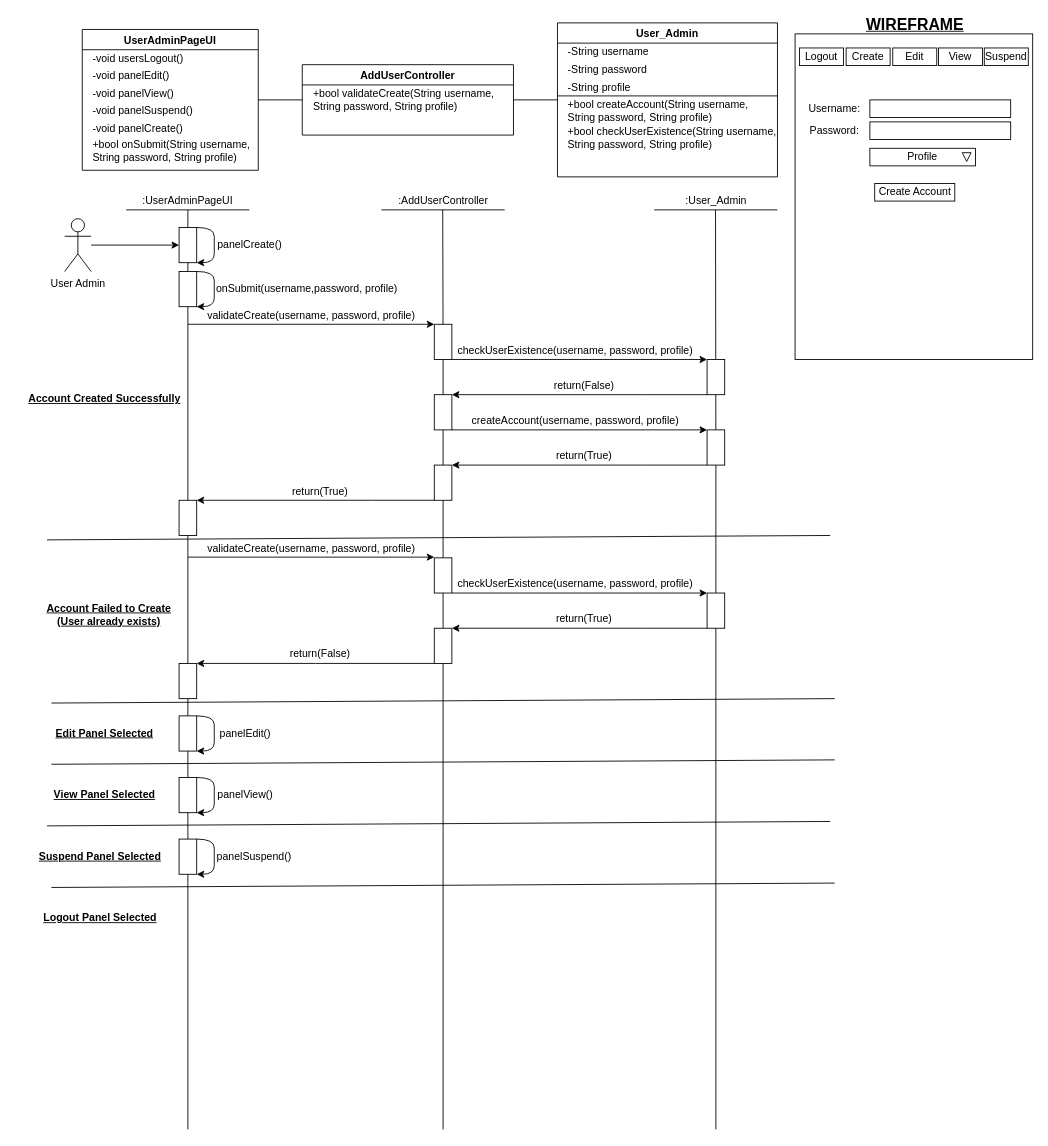
This is BCE_UML_and_Diagrams/UserAdmin_Create/BCE_UML_Wireframe(WIP).drawio from extred5700/JAVAGUI-Restaurant-Table-Order-System, a draw.io file, before an edit. Source tidied: cells renumbered, new cells numbered last; positions are measured from the earlier drawing's top-left corner, leaving out a move shared by most shapes. Both pictures are drawn from the tidied source at 88%, with x=0, y=0 at pixel (20, 16).
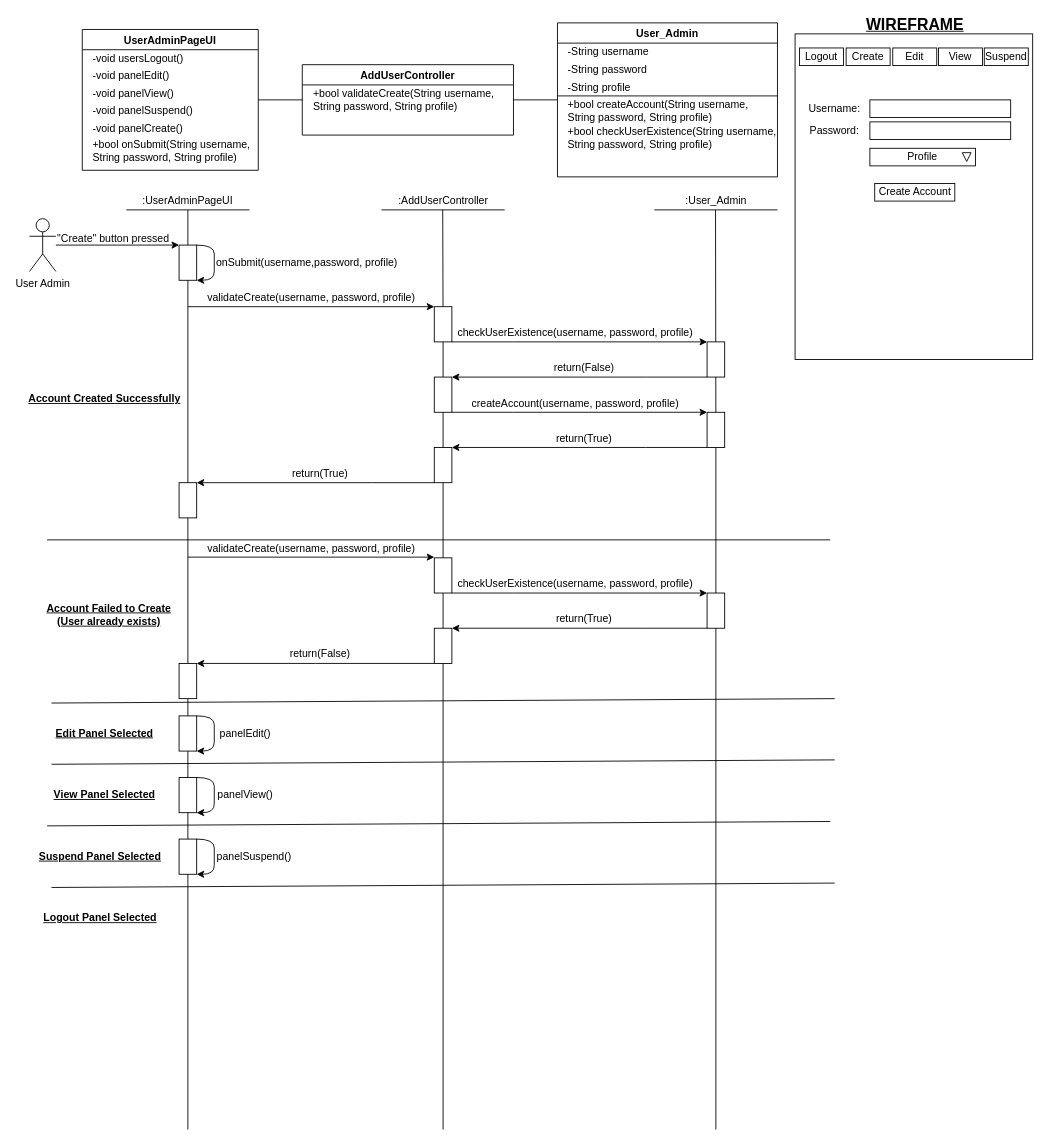
The same diagram, later.

Commit message (it also covers changes not shown here):
Updates to BCE Sequence Diagram

What changed in the source:
```diff
@@
-    <mxCell id="20" style="edgeStyle=orthogonalEdgeStyle;rounded=0;jettySize=auto;html=1;entryX=0;entryY=0.5;entryDx=0;entryDy=0;" parent="1" edge="1" source="21" target="31">
-      <mxGeometry relative="1" as="geometry" />
+    <mxCell id="20" style="edgeStyle=orthogonalEdgeStyle;rounded=0;jettySize=auto;html=1;" parent="1" edge="1" source="21">
+      <mxGeometry relative="1" as="geometry">
+        <mxPoint x="180" y="260" as="targetPoint" />
+      </mxGeometry>
     </mxCell>
     <mxCell id="21" value="User Admin" style="shape=umlActor;verticalLabelPosition=bottom;verticalAlign=top;html=1;outlineConnect=0;" parent="1" vertex="1">
-      <mxGeometry x="50" y="230" width="30" height="60" as="geometry" />
+      <mxGeometry x="10" y="230" width="30" height="60" as="geometry" />
     </mxCell>
@@
-    <mxCell id="28" style="endArrow=none;html=1;rounded=0;startArrow=none;" parent="1" edge="1" source="31">
-      <mxGeometry relative="1" as="geometry">
-        <mxPoint x="190" y="220" as="targetPoint" />
-      </mxGeometry>
-    </mxCell>
@@
-    <mxCell id="31" style="rounded=0;whiteSpace=wrap;html=1;" parent="1" vertex="1">
-      <mxGeometry x="180" y="240" width="20" height="40" as="geometry" />
-    </mxCell>
-    <mxCell id="32" style="endArrow=none;html=1;rounded=0;startArrow=none;" parent="1" edge="1" source="57" target="31">
-      <mxGeometry relative="1" as="geometry" />
+    <mxCell id="32" style="endArrow=none;html=1;rounded=0;startArrow=none;" parent="1" edge="1">
+      <mxGeometry relative="1" as="geometry">
+        <mxPoint x="190" y="555" as="sourcePoint" />
+        <mxPoint x="190" y="220" as="targetPoint" />
+      </mxGeometry>
     </mxCell>
-    <mxCell id="33" style="curved=1;endArrow=classic;html=1;rounded=0;entryX=1;entryY=1;entryDx=0;entryDy=0;exitX=1;exitY=0;exitDx=0;exitDy=0;" parent="1" edge="1" source="31" target="31">
-      <mxGeometry relative="1" as="geometry">
-        <Array as="points">
-          <mxPoint x="220" y="240" />
-          <mxPoint x="220" y="260" />
-          <mxPoint x="220" y="280" />
-        </Array>
-      </mxGeometry>
-    </mxCell>
-    <mxCell id="34" value="panelCreate()" style="text;html=1;align=center;verticalAlign=middle;strokeColor=none;fillColor=none;" parent="1" vertex="1">
-      <mxGeometry x="215" y="250" width="90" height="20" as="geometry" />
+    <mxCell id="34" value="&quot;Create&quot; button pressed" style="text;html=1;align=center;verticalAlign=middle;strokeColor=none;fillColor=none;" parent="1" vertex="1">
+      <mxGeometry x="35" y="243" width="140" height="20" as="geometry" />
     </mxCell>
     <mxCell id="35" style="rounded=0;whiteSpace=wrap;html=1;" parent="1" vertex="1">
-      <mxGeometry x="180" y="290" width="20" height="40" as="geometry" />
+      <mxGeometry x="180" y="260" width="20" height="40" as="geometry" />
     </mxCell>
     <mxCell id="36" style="curved=1;endArrow=classic;html=1;rounded=0;entryX=1;entryY=1;entryDx=0;entryDy=0;exitX=1;exitY=0;exitDx=0;exitDy=0;" parent="1" edge="1" source="35" target="35">
       <mxGeometry relative="1" as="geometry">
         <Array as="points">
-          <mxPoint x="220" y="290" />
-          <mxPoint x="220" y="310" />
-          <mxPoint x="220" y="330" />
+          <mxPoint x="220" y="260" />
+          <mxPoint x="220" y="280" />
+          <mxPoint x="220" y="300" />
         </Array>
       </mxGeometry>
     </mxCell>
     <mxCell id="37" value="&lt;span style=&quot;text-align: left&quot;&gt;onSubmit(username,&lt;/span&gt;&lt;span style=&quot;text-align: left&quot;&gt;password, profile)&lt;/span&gt;" style="text;html=1;align=center;verticalAlign=middle;strokeColor=none;fillColor=none;" parent="1" vertex="1">
-      <mxGeometry x="215" y="300" width="220" height="20" as="geometry" />
+      <mxGeometry x="215" y="270" width="220" height="20" as="geometry" />
     </mxCell>
     <mxCell id="38" style="endArrow=classic;html=1;rounded=0;entryX=0;entryY=0;entryDx=0;entryDy=0;" parent="1" edge="1" target="41">
       <mxGeometry relative="1" as="geometry">
-        <mxPoint x="190" y="350" as="sourcePoint" />
+        <mxPoint x="190" y="330" as="sourcePoint" />
       </mxGeometry>
     </mxCell>
     <mxCell id="39" value="validateCreate(username, password, profile)" style="text;html=1;align=center;verticalAlign=middle;strokeColor=none;fillColor=none;" parent="1" vertex="1">
-      <mxGeometry x="205" y="330" width="250" height="20" as="geometry" />
+      <mxGeometry x="205" y="310" width="250" height="20" as="geometry" />
     </mxCell>
     <mxCell id="40" style="edgeStyle=orthogonalEdgeStyle;rounded=0;jettySize=auto;html=1;exitX=1;exitY=1;exitDx=0;exitDy=0;entryX=0;entryY=0;entryDx=0;entryDy=0;" parent="1" edge="1" source="41" target="44">
       <mxGeometry relative="1" as="geometry">
         <Array as="points">
-          <mxPoint x="560" y="390" />
-          <mxPoint x="560" y="390" />
+          <mxPoint x="560" y="370" />
+          <mxPoint x="560" y="370" />
         </Array>
       </mxGeometry>
     </mxCell>
     <mxCell id="41" style="rounded=0;whiteSpace=wrap;html=1;" parent="1" vertex="1">
-      <mxGeometry x="470" y="350" width="20" height="40" as="geometry" />
+      <mxGeometry x="470" y="330" width="20" height="40" as="geometry" />
     </mxCell>
@@
     <mxCell id="43" style="edgeStyle=orthogonalEdgeStyle;rounded=0;jettySize=auto;html=1;exitX=0;exitY=1;exitDx=0;exitDy=0;entryX=1;entryY=0;entryDx=0;entryDy=0;" parent="1" edge="1" source="44" target="47">
       <mxGeometry relative="1" as="geometry">
         <Array as="points">
-          <mxPoint x="710" y="430" />
-          <mxPoint x="710" y="430" />
+          <mxPoint x="710" y="410" />
+          <mxPoint x="710" y="410" />
         </Array>
       </mxGeometry>
     </mxCell>
     <mxCell id="44" style="rounded=0;whiteSpace=wrap;html=1;" parent="1" vertex="1">
-      <mxGeometry x="780" y="390" width="20" height="40" as="geometry" />
+      <mxGeometry x="780" y="370" width="20" height="40" as="geometry" />
     </mxCell>
     <mxCell id="45" value="checkUserExistence(username, password, profile)" style="text;html=1;align=center;verticalAlign=middle;strokeColor=none;fillColor=none;" parent="1" vertex="1">
-      <mxGeometry x="490" y="370" width="280" height="20" as="geometry" />
+      <mxGeometry x="490" y="350" width="280" height="20" as="geometry" />
     </mxCell>
     <mxCell id="46" style="edgeStyle=orthogonalEdgeStyle;rounded=0;jettySize=auto;html=1;exitX=1;exitY=1;exitDx=0;exitDy=0;entryX=0;entryY=0;entryDx=0;entryDy=0;" parent="1" edge="1" source="47" target="49">
       <mxGeometry relative="1" as="geometry">
         <Array as="points">
-          <mxPoint x="560" y="470" />
-          <mxPoint x="560" y="470" />
+          <mxPoint x="560" y="450" />
+          <mxPoint x="560" y="450" />
         </Array>
       </mxGeometry>
     </mxCell>
     <mxCell id="47" style="rounded=0;whiteSpace=wrap;html=1;" parent="1" vertex="1">
-      <mxGeometry x="470" y="430" width="20" height="40" as="geometry" />
+      <mxGeometry x="470" y="410" width="20" height="40" as="geometry" />
     </mxCell>
     <mxCell id="48" value="return(False)" style="text;html=1;align=center;verticalAlign=middle;strokeColor=none;fillColor=none;" parent="1" vertex="1">
-      <mxGeometry x="600" y="410" width="80" height="20" as="geometry" />
+      <mxGeometry x="600" y="390" width="80" height="20" as="geometry" />
     </mxCell>
     <mxCell id="49" style="rounded=0;whiteSpace=wrap;html=1;" parent="1" vertex="1">
-      <mxGeometry x="780" y="470" width="20" height="40" as="geometry" />
+      <mxGeometry x="780" y="450" width="20" height="40" as="geometry" />
     </mxCell>
@@
     <mxCell id="51" value="createAccount(username, password, profile)" style="text;html=1;align=center;verticalAlign=middle;strokeColor=none;fillColor=none;" parent="1" vertex="1">
-      <mxGeometry x="505" y="450" width="250" height="20" as="geometry" />
+      <mxGeometry x="505" y="430" width="250" height="20" as="geometry" />
     </mxCell>
     <mxCell id="52" style="edgeStyle=orthogonalEdgeStyle;rounded=0;jettySize=auto;html=1;exitX=0;exitY=1;exitDx=0;exitDy=0;entryX=1;entryY=0;entryDx=0;entryDy=0;" parent="1" edge="1" target="53">
       <mxGeometry relative="1" as="geometry">
-        <mxPoint x="780" y="510" as="sourcePoint" />
+        <mxPoint x="780" y="490" as="sourcePoint" />
         <Array as="points">
-          <mxPoint x="710" y="510" />
-          <mxPoint x="710" y="510" />
+          <mxPoint x="710" y="490" />
+          <mxPoint x="710" y="490" />
         </Array>
       </mxGeometry>
     </mxCell>
     <mxCell id="53" style="rounded=0;whiteSpace=wrap;html=1;" parent="1" vertex="1">
-      <mxGeometry x="470" y="510" width="20" height="40" as="geometry" />
+      <mxGeometry x="470" y="490" width="20" height="40" as="geometry" />
     </mxCell>
     <mxCell id="54" value="return(True)" style="text;html=1;align=center;verticalAlign=middle;strokeColor=none;fillColor=none;" parent="1" vertex="1">
-      <mxGeometry x="600" y="490" width="80" height="20" as="geometry" />
+      <mxGeometry x="600" y="470" width="80" height="20" as="geometry" />
     </mxCell>
     <mxCell id="55" style="edgeStyle=orthogonalEdgeStyle;rounded=0;jettySize=auto;html=1;exitX=0;exitY=1;exitDx=0;exitDy=0;entryX=1;entryY=0;entryDx=0;entryDy=0;" parent="1" edge="1" target="57">
       <mxGeometry relative="1" as="geometry">
-        <mxPoint x="470" y="550" as="sourcePoint" />
+        <mxPoint x="470" y="530" as="sourcePoint" />
         <Array as="points">
-          <mxPoint x="400" y="550" />
-          <mxPoint x="400" y="550" />
+          <mxPoint x="400" y="530" />
+          <mxPoint x="400" y="530" />
         </Array>
       </mxGeometry>
     </mxCell>
     <mxCell id="56" value="return(True)" style="text;html=1;align=center;verticalAlign=middle;strokeColor=none;fillColor=none;" parent="1" vertex="1">
-      <mxGeometry x="300" y="530" width="80" height="20" as="geometry" />
+      <mxGeometry x="300" y="510" width="80" height="20" as="geometry" />
     </mxCell>
     <mxCell id="57" style="rounded=0;whiteSpace=wrap;html=1;" parent="1" vertex="1">
-      <mxGeometry x="180" y="550" width="20" height="40" as="geometry" />
+      <mxGeometry x="180" y="530" width="20" height="40" as="geometry" />
     </mxCell>
@@
     <mxCell id="59" style="endArrow=none;html=1;rounded=0;" parent="1" edge="1">
       <mxGeometry relative="1" as="geometry">
         <mxPoint x="30" y="595" as="sourcePoint" />
-        <mxPoint x="920" y="590" as="targetPoint" />
+        <mxPoint x="920" y="595" as="targetPoint" />
       </mxGeometry>
     </mxCell>
```
